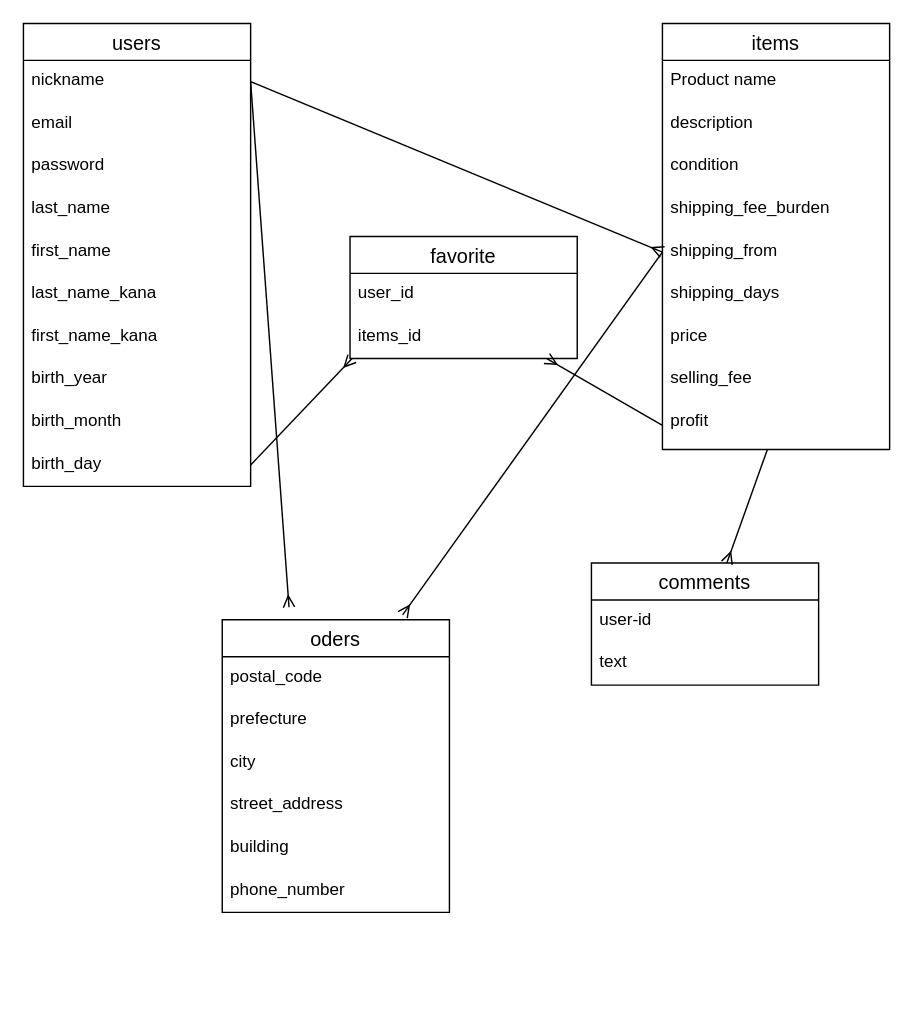
Before: ER.dio in Syosen33/furima-40958, a draw.io diagram. Source tidied: cells renumbered, new cells numbered last; positions are measured from the earlier drawing's top-left corner, leaving out a move shared by most shapes. Both pictures are drawn from the tidied source at 142%, with x=0, y=0 at pixel (23, 23).
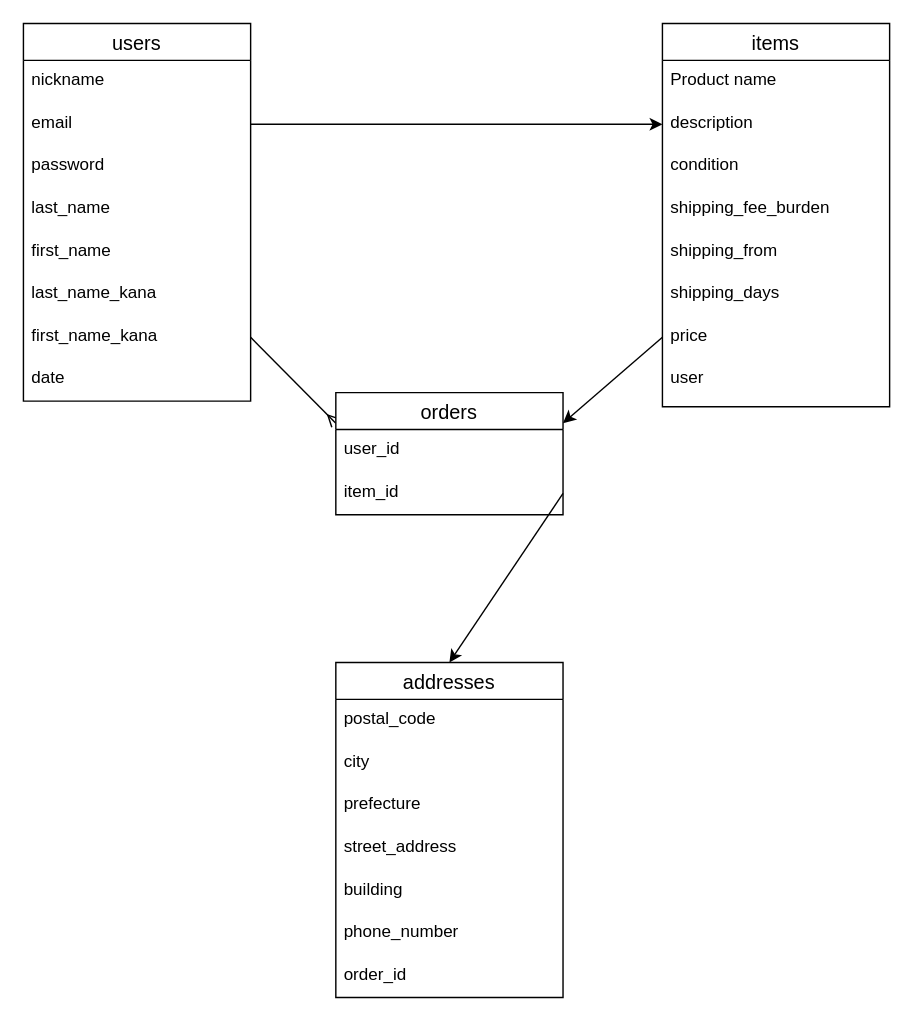
The same diagram, later.

Commit message (it also covers changes not shown here):
テーブル設計２度目の修正

The change refers to these unchanged cells:
```xml
<mxCell id="3" value="nickname" style="text;strokeColor=none;fillColor=none;spacingLeft=4;spacingRight=4;overflow=hidden;points=[[0,0.5],[1,0.5]];portConstraint=eastwest;fontSize=12;" parent="2" vertex="1">
  <mxGeometry y="26" width="160" height="30" as="geometry" />
</mxCell>
<mxCell id="4" value="email" style="text;strokeColor=none;fillColor=none;spacingLeft=4;spacingRight=4;overflow=hidden;points=[[0,0.5],[1,0.5]];portConstraint=eastwest;fontSize=12;" parent="2" vertex="1">
  <mxGeometry y="56" width="160" height="30" as="geometry" />
</mxCell>
<mxCell id="9" value="first_name_kana" style="text;strokeColor=none;fillColor=none;spacingLeft=4;spacingRight=4;overflow=hidden;points=[[0,0.5],[1,0.5]];portConstraint=eastwest;fontSize=12;" parent="2" vertex="1">
  <mxGeometry y="206" width="160" height="30" as="geometry" />
</mxCell>
<mxCell id="15" value="description" style="text;strokeColor=none;fillColor=none;spacingLeft=4;spacingRight=4;overflow=hidden;points=[[0,0.5],[1,0.5]];portConstraint=eastwest;fontSize=12;" parent="13" vertex="1">
  <mxGeometry y="56" width="160" height="30" as="geometry" />
</mxCell>
<mxCell id="18" value="shipping_from" style="text;strokeColor=none;fillColor=none;spacingLeft=4;spacingRight=4;overflow=hidden;points=[[0,0.5],[1,0.5]];portConstraint=eastwest;fontSize=12;" parent="13" vertex="1">
  <mxGeometry y="146" width="160" height="30" as="geometry" />
</mxCell>
<mxCell id="20" value="price" style="text;strokeColor=none;fillColor=none;spacingLeft=4;spacingRight=4;overflow=hidden;points=[[0,0.5],[1,0.5]];portConstraint=eastwest;fontSize=12;" parent="13" vertex="1">
  <mxGeometry y="206" width="160" height="30" as="geometry" />
</mxCell>
```

The edit, as a diff of the source:
```diff
@@
     <mxCell id="2" value="users" style="swimlane;fontStyle=0;horizontal=1;startSize=26;align=center;fontSize=14;" parent="1" vertex="1">
-      <mxGeometry width="160" height="326" as="geometry" />
+      <mxGeometry width="160" height="266" as="geometry" />
     </mxCell>
@@
-    <mxCell id="10" value="birth_year" style="text;strokeColor=none;fillColor=none;spacingLeft=4;spacingRight=4;overflow=hidden;fontSize=12;" parent="2" vertex="1">
+    <mxCell id="10" value="date" style="text;strokeColor=none;fillColor=none;spacingLeft=4;spacingRight=4;overflow=hidden;fontSize=12;" parent="2" vertex="1">
       <mxGeometry y="236" width="160" height="30" as="geometry" />
     </mxCell>
-    <mxCell id="11" value="birth_month" style="text;strokeColor=none;fillColor=none;spacingLeft=4;spacingRight=4;overflow=hidden;fontSize=12;" parent="2" vertex="1">
-      <mxGeometry y="266" width="160" height="30" as="geometry" />
-    </mxCell>
-    <mxCell id="12" value="birth_day" style="text;strokeColor=none;fillColor=none;spacingLeft=4;spacingRight=4;overflow=hidden;points=[[0,0.5],[1,0.5]];portConstraint=eastwest;fontSize=12;" parent="2" vertex="1">
-      <mxGeometry y="296" width="160" height="30" as="geometry" />
-    </mxCell>
     <mxCell id="13" value="items" style="swimlane;fontStyle=0;horizontal=1;startSize=26;align=center;fontSize=14;" parent="1" vertex="1">
-      <mxGeometry x="450" width="160" height="300" as="geometry" />
+      <mxGeometry x="450" width="160" height="270" as="geometry" />
     </mxCell>
@@
-    <mxCell id="21" value="selling_fee" style="text;strokeColor=none;fillColor=none;spacingLeft=4;spacingRight=4;overflow=hidden;fontSize=12;" parent="13" vertex="1">
-      <mxGeometry y="236" width="160" height="30" as="geometry" />
-    </mxCell>
-    <mxCell id="22" value="profit" style="text;strokeColor=none;fillColor=none;spacingLeft=4;spacingRight=4;overflow=hidden;points=[[0,0.5],[1,0.5]];portConstraint=eastwest;fontSize=12;" parent="13" vertex="1">
-      <mxGeometry y="266" width="160" height="34" as="geometry" />
+    <mxCell id="22" value="user" style="text;strokeColor=none;fillColor=none;spacingLeft=4;spacingRight=4;overflow=hidden;points=[[0,0.5],[1,0.5]];portConstraint=eastwest;fontSize=12;" parent="13" vertex="1">
+      <mxGeometry y="236" width="160" height="34" as="geometry" />
     </mxCell>
-    <mxCell id="23" value="oders" style="swimlane;fontStyle=0;horizontal=1;startSize=26;align=center;fontSize=14;" parent="1" vertex="1">
-      <mxGeometry x="140" y="420" width="160" height="206" as="geometry" />
+    <mxCell id="23" value="addresses" style="swimlane;fontStyle=0;horizontal=1;startSize=26;align=center;fontSize=14;" parent="1" vertex="1">
+      <mxGeometry x="220" y="450" width="160" height="236" as="geometry" />
     </mxCell>
@@
+    <mxCell id="26" value="city" style="text;strokeColor=none;fillColor=none;spacingLeft=4;spacingRight=4;overflow=hidden;fontSize=12;" parent="23" vertex="1">
+      <mxGeometry y="56" width="160" height="30" as="geometry" />
+    </mxCell>
     <mxCell id="25" value="prefecture" style="text;strokeColor=none;fillColor=none;spacingLeft=4;spacingRight=4;overflow=hidden;fontSize=12;" parent="23" vertex="1">
-      <mxGeometry y="56" width="160" height="30" as="geometry" />
+      <mxGeometry y="86" width="160" height="30" as="geometry" />
     </mxCell>
-    <mxCell id="26" value="city" style="text;strokeColor=none;fillColor=none;spacingLeft=4;spacingRight=4;overflow=hidden;fontSize=12;" parent="23" vertex="1">
-      <mxGeometry y="86" width="160" height="30" as="geometry" />
-    </mxCell>
@@
+    <mxCell id="42" value="order_id" style="text;strokeColor=none;fillColor=none;spacingLeft=4;spacingRight=4;overflow=hidden;fontSize=12;" parent="23" vertex="1">
+      <mxGeometry y="206" width="160" height="30" as="geometry" />
+    </mxCell>
-    <mxCell id="30" style="edgeStyle=none;html=1;exitX=1;exitY=0.5;exitDx=0;exitDy=0;entryX=0;entryY=0.5;entryDx=0;entryDy=0;endArrow=ERmany;endFill=0;" parent="1" edge="1" target="18">
-      <mxGeometry relative="1" as="geometry">
-        <mxPoint x="160" y="41" as="sourcePoint" />
-      </mxGeometry>
+    <mxCell id="30" style="edgeStyle=none;html=1;exitX=1;exitY=0.5;exitDx=0;exitDy=0;entryX=0;entryY=0.25;entryDx=0;entryDy=0;endArrow=ERmany;endFill=0;" parent="1" edge="1" source="9" target="36">
+      <mxGeometry relative="1" as="geometry" />
     </mxCell>
-    <mxCell id="31" style="edgeStyle=none;html=1;exitX=1;exitY=0.5;exitDx=0;exitDy=0;entryX=0.294;entryY=-0.043;entryDx=0;entryDy=0;entryPerimeter=0;endArrow=ERmany;endFill=0;" parent="1" edge="1" source="3" target="23">
-      <mxGeometry relative="1" as="geometry" />
-    </mxCell>
-    <mxCell id="32" style="edgeStyle=none;html=1;exitX=0;exitY=0.5;exitDx=0;exitDy=0;entryX=0.794;entryY=-0.017;entryDx=0;entryDy=0;entryPerimeter=0;endArrow=ERmany;endFill=0;" parent="1" edge="1" source="18" target="23">
-      <mxGeometry relative="1" as="geometry" />
-    </mxCell>
-    <mxCell id="33" value="comments" style="swimlane;fontStyle=0;horizontal=1;startSize=26;align=center;fontSize=14;" parent="1" vertex="1">
-      <mxGeometry x="400" y="380" width="160" height="86" as="geometry" />
-    </mxCell>
-    <mxCell id="34" value="user-id" style="text;strokeColor=none;fillColor=none;spacingLeft=4;spacingRight=4;overflow=hidden;fontSize=12;" parent="33" vertex="1">
-      <mxGeometry y="26" width="160" height="30" as="geometry" />
-    </mxCell>
-    <mxCell id="35" value="text" style="text;strokeColor=none;fillColor=none;spacingLeft=4;spacingRight=4;overflow=hidden;fontSize=12;" parent="33" vertex="1">
-      <mxGeometry y="56" width="160" height="30" as="geometry" />
-    </mxCell>
-    <mxCell id="36" value="favorite" style="swimlane;fontStyle=0;horizontal=1;startSize=26;align=center;fontSize=14;" parent="1" vertex="1">
-      <mxGeometry x="230" y="150" width="160" height="86" as="geometry" />
+    <mxCell id="36" value="orders" style="swimlane;fontStyle=0;horizontal=1;startSize=26;align=center;fontSize=14;" parent="1" vertex="1">
+      <mxGeometry x="220" y="260" width="160" height="86" as="geometry" />
     </mxCell>
@@
-    <mxCell id="38" value="items_id" style="text;strokeColor=none;fillColor=none;spacingLeft=4;spacingRight=4;overflow=hidden;points=[[0,0.5],[1,0.5]];portConstraint=eastwest;fontSize=12;" parent="36" vertex="1">
-      <mxGeometry y="56" width="160" height="30" as="geometry" />
-    </mxCell>
-    <mxCell id="39" style="edgeStyle=none;html=1;exitX=1;exitY=0.5;exitDx=0;exitDy=0;entryX=0.009;entryY=1;entryDx=0;entryDy=0;entryPerimeter=0;endArrow=ERmany;endFill=0;" parent="1" edge="1" source="12" target="38">
-      <mxGeometry relative="1" as="geometry" />
-    </mxCell>
+    <mxCell id="43" value="item_id" style="text;strokeColor=none;fillColor=none;spacingLeft=4;spacingRight=4;overflow=hidden;points=[[0,0.5],[1,0.5]];portConstraint=eastwest;fontSize=12;" parent="36" vertex="1">
+      <mxGeometry y="56" width="160" height="30" as="geometry" />
+    </mxCell>
-    <mxCell id="40" style="edgeStyle=none;html=1;exitX=0;exitY=0.5;exitDx=0;exitDy=0;entryX=0.866;entryY=1;entryDx=0;entryDy=0;entryPerimeter=0;endArrow=ERmany;endFill=0;" parent="1" edge="1" source="22" target="38">
+    <mxCell id="40" style="edgeStyle=none;html=1;exitX=0;exitY=0.5;exitDx=0;exitDy=0;entryX=1;entryY=0.25;entryDx=0;entryDy=0;" parent="1" edge="1" source="20" target="36">
       <mxGeometry relative="1" as="geometry" />
     </mxCell>
-    <mxCell id="41" style="edgeStyle=none;html=1;endArrow=ERmany;endFill=0;" parent="1" edge="1" source="22" target="33">
-      <mxGeometry relative="1" as="geometry" />
-    </mxCell>
+    <mxCell id="44" style="edgeStyle=none;html=1;exitX=1;exitY=0.5;exitDx=0;exitDy=0;entryX=0.5;entryY=0;entryDx=0;entryDy=0;" parent="1" edge="1" source="43" target="23">
+      <mxGeometry relative="1" as="geometry" />
+    </mxCell>
+    <mxCell id="45" style="edgeStyle=none;html=1;exitX=1;exitY=0.5;exitDx=0;exitDy=0;entryX=0;entryY=0.5;entryDx=0;entryDy=0;" parent="1" edge="1" source="4" target="15">
+      <mxGeometry relative="1" as="geometry" />
+    </mxCell>
```
